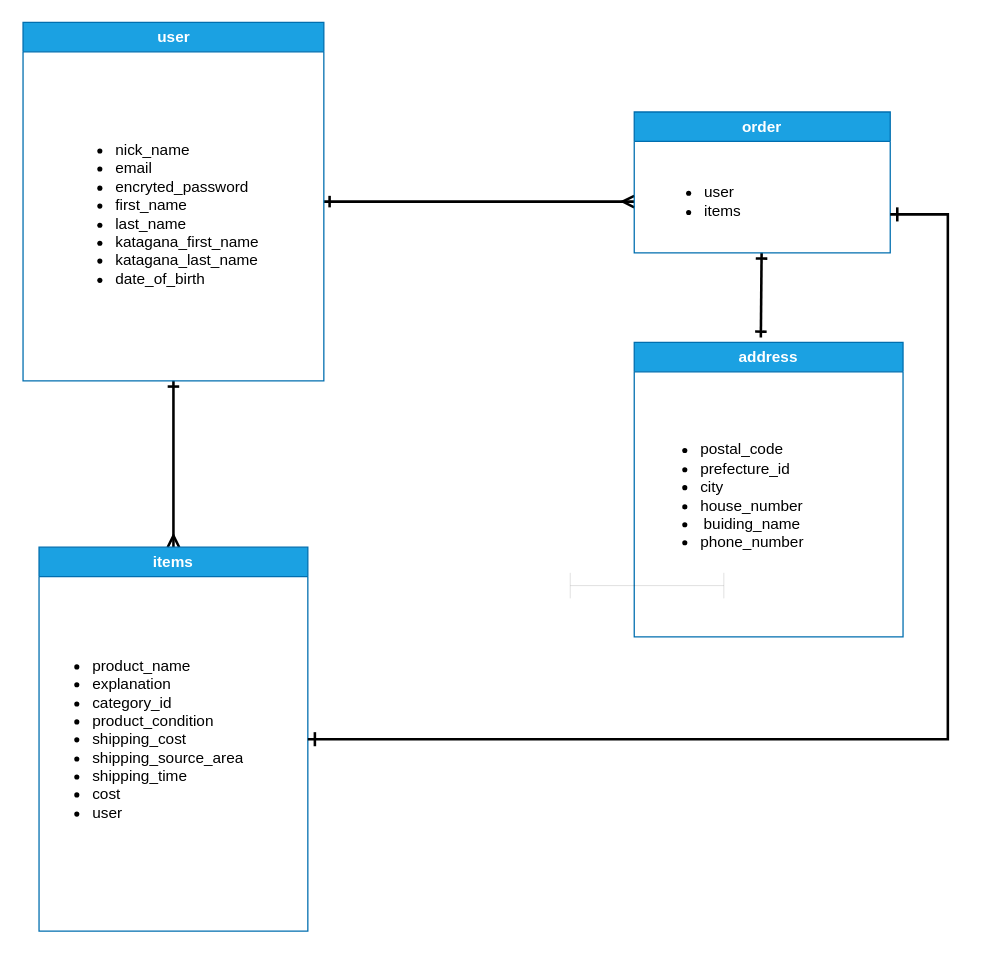
HaNguyen32/furima-39623 keeps this draw.io diagram as ES図.dio. Above is the earlier version. Source tidied: cells renumbered, new cells numbered last; positions are measured from the earlier drawing's top-left corner, leaving out a move shared by most shapes. Both pictures are drawn from the tidied source at 128%, with x=0, y=0 at pixel (22, 22).
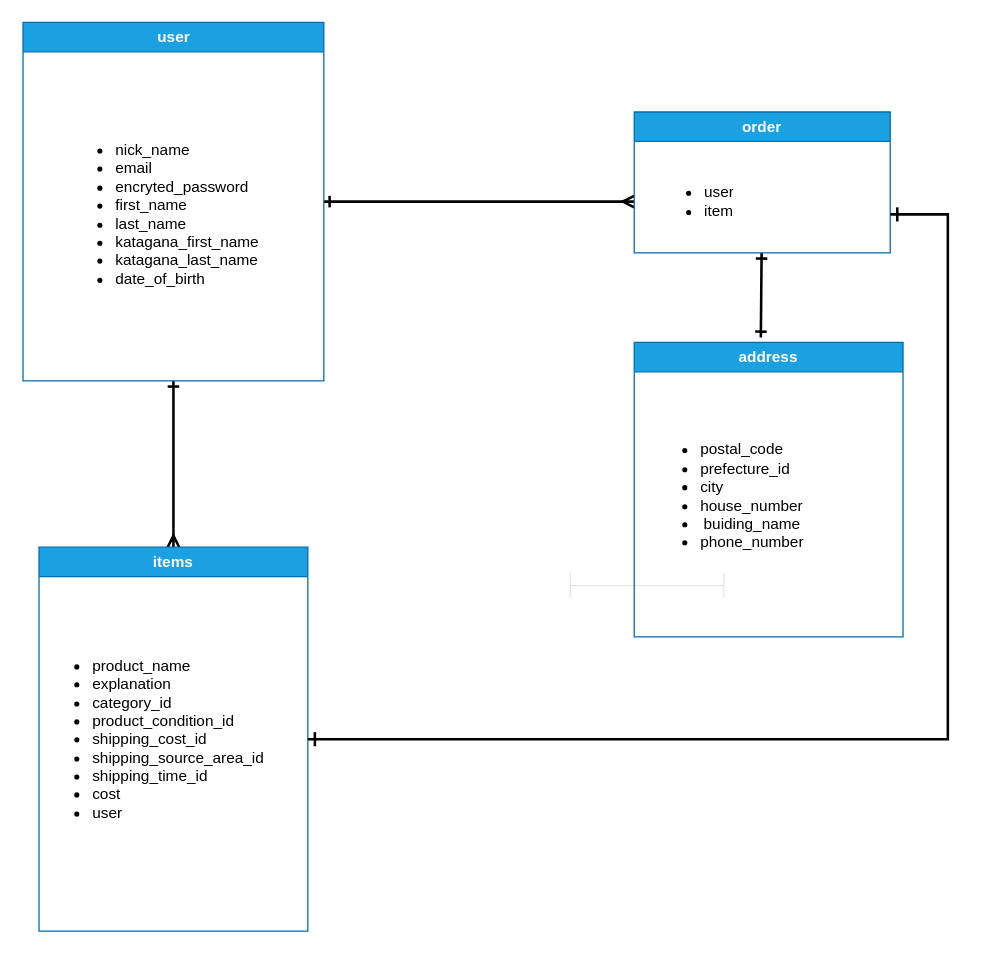
Above is the later version.

Diff of the diagram source:
```diff
@@
 <mxGraphModel>
   <root>
     <mxCell id="0" />
     <mxCell id="1" parent="0" />
     <mxCell id="2" style="edgeStyle=none;html=1;entryX=0.5;entryY=0;entryDx=0;entryDy=0;endArrow=ERmany;endFill=0;strokeWidth=2;startArrow=ERone;startFill=0;" parent="1" edge="1" source="4" target="6">
       <mxGeometry relative="1" as="geometry">
         <Array as="points">
           <mxPoint x="118" y="280" />
         </Array>
       </mxGeometry>
     </mxCell>
     <mxCell id="3" style="edgeStyle=none;html=1;strokeWidth=2;endArrow=ERmany;endFill=0;startArrow=ERone;startFill=0;" parent="1" edge="1" source="4">
       <mxGeometry relative="1" as="geometry">
         <mxPoint x="478" y="140" as="targetPoint" />
       </mxGeometry>
     </mxCell>
     <mxCell id="4" value="user" style="swimlane;whiteSpace=wrap;html=1;fillColor=#1ba1e2;fontColor=#ffffff;strokeColor=#006EAF;" parent="1" vertex="1">
       <mxGeometry x="0.5" width="235" height="280" as="geometry" />
     </mxCell>
     <mxCell id="5" value="&lt;ul&gt;&lt;li&gt;nick_name&amp;nbsp; &amp;nbsp;&amp;nbsp;&lt;/li&gt;&lt;li&gt;email&lt;/li&gt;&lt;li&gt;&lt;span style=&quot;text-align: center;&quot;&gt;encryted_password&lt;/span&gt;&lt;br&gt;&lt;/li&gt;&lt;li&gt;&lt;span style=&quot;text-align: center;&quot;&gt;first_name&lt;/span&gt;&lt;/li&gt;&lt;li&gt;&lt;span style=&quot;text-align: center;&quot;&gt;last_name&lt;/span&gt;&lt;/li&gt;&lt;li&gt;&lt;span style=&quot;text-align: center;&quot;&gt;katagana_first_name&lt;/span&gt;&lt;/li&gt;&lt;li&gt;katagana_last_name&lt;/li&gt;&lt;li&gt;date_of_birth&lt;/li&gt;&lt;/ul&gt;" style="text;strokeColor=none;fillColor=none;html=1;whiteSpace=wrap;verticalAlign=middle;overflow=hidden;" parent="4" vertex="1">
       <mxGeometry x="30" y="40" width="180" height="220" as="geometry" />
     </mxCell>
     <mxCell id="6" value="items" style="swimlane;whiteSpace=wrap;html=1;fillColor=#1ba1e2;fontColor=#ffffff;strokeColor=#006EAF;" parent="1" vertex="1">
       <mxGeometry x="13" y="410" width="210" height="300" as="geometry" />
     </mxCell>
-    <mxCell id="7" value="&lt;ul&gt;&lt;li&gt;&lt;span style=&quot;text-align: center;&quot;&gt;product_name&lt;/span&gt;&lt;br&gt;&lt;/li&gt;&lt;li&gt;&lt;span style=&quot;text-align: center;&quot;&gt;explanation&lt;/span&gt;&lt;br&gt;&lt;/li&gt;&lt;li&gt;&lt;span style=&quot;text-align: center;&quot;&gt;category_id&lt;/span&gt;&lt;br&gt;&lt;/li&gt;&lt;li&gt;&lt;span style=&quot;text-align: center;&quot;&gt;product_condition&lt;br&gt;&lt;/span&gt;&lt;/li&gt;&lt;li&gt;&lt;span style=&quot;text-align: center;&quot;&gt;shipping_cost&lt;br&gt;&lt;/span&gt;&lt;/li&gt;&lt;li&gt;&lt;span style=&quot;text-align: center;&quot;&gt;shipping_source_area&lt;br&gt;&lt;/span&gt;&lt;/li&gt;&lt;li&gt;&lt;span style=&quot;text-align: center;&quot;&gt;shipping_time&lt;br&gt;&lt;/span&gt;&lt;/li&gt;&lt;li&gt;&lt;span style=&quot;text-align: center;&quot;&gt;cost&lt;br&gt;&lt;/span&gt;&lt;/li&gt;&lt;li&gt;&lt;span style=&quot;text-align: center;&quot;&gt;user&lt;/span&gt;&lt;/li&gt;&lt;/ul&gt;" style="text;strokeColor=none;fillColor=none;html=1;whiteSpace=wrap;verticalAlign=middle;overflow=hidden;" parent="6" vertex="1">
+    <mxCell id="7" value="&lt;ul&gt;&lt;li&gt;&lt;span style=&quot;text-align: center;&quot;&gt;product_name&lt;/span&gt;&lt;br&gt;&lt;/li&gt;&lt;li&gt;&lt;span style=&quot;text-align: center;&quot;&gt;explanation&lt;/span&gt;&lt;br&gt;&lt;/li&gt;&lt;li&gt;&lt;span style=&quot;text-align: center;&quot;&gt;category_id&lt;/span&gt;&lt;br&gt;&lt;/li&gt;&lt;li&gt;&lt;span style=&quot;text-align: center;&quot;&gt;product_condition_id&lt;br&gt;&lt;/span&gt;&lt;/li&gt;&lt;li&gt;&lt;span style=&quot;text-align: center;&quot;&gt;shipping_cost_id&lt;/span&gt;&lt;/li&gt;&lt;li&gt;shipping_source_area_id&lt;/li&gt;&lt;li&gt;&lt;span style=&quot;text-align: center;&quot;&gt;shipping_time_id&lt;/span&gt;&lt;/li&gt;&lt;li&gt;cost&lt;/li&gt;&lt;li&gt;&lt;span style=&quot;text-align: center;&quot;&gt;user&lt;/span&gt;&lt;/li&gt;&lt;/ul&gt;" style="text;strokeColor=none;fillColor=none;html=1;whiteSpace=wrap;verticalAlign=middle;overflow=hidden;" parent="6" vertex="1">
       <mxGeometry y="40" width="190" height="220" as="geometry" />
     </mxCell>
     <mxCell id="8" style="edgeStyle=none;html=1;strokeWidth=2;endArrow=ERone;endFill=0;startArrow=ERone;startFill=0;entryX=0.471;entryY=-0.017;entryDx=0;entryDy=0;entryPerimeter=0;" parent="1" edge="1" source="9" target="11">
       <mxGeometry relative="1" as="geometry" />
     </mxCell>
     <mxCell id="9" value="order" style="swimlane;whiteSpace=wrap;html=1;fillColor=#1ba1e2;fontColor=#ffffff;strokeColor=#006EAF;" parent="1" vertex="1">
       <mxGeometry x="478" y="70" width="200" height="110" as="geometry" />
     </mxCell>
-    <mxCell id="10" value="&lt;ul&gt;&lt;li&gt;user&lt;/li&gt;&lt;li&gt;items&lt;/li&gt;&lt;/ul&gt;" style="text;strokeColor=none;fillColor=none;html=1;whiteSpace=wrap;verticalAlign=middle;overflow=hidden;" parent="9" vertex="1">
+    <mxCell id="10" value="&lt;ul&gt;&lt;li&gt;user&lt;/li&gt;&lt;li&gt;item&lt;/li&gt;&lt;/ul&gt;" style="text;strokeColor=none;fillColor=none;html=1;whiteSpace=wrap;verticalAlign=middle;overflow=hidden;" parent="9" vertex="1">
       <mxGeometry x="12.5" y="40" width="175" height="60" as="geometry" />
     </mxCell>
     <mxCell id="11" value="address" style="swimlane;whiteSpace=wrap;html=1;fillColor=#1ba1e2;fontColor=#ffffff;strokeColor=#006EAF;" parent="1" vertex="1">
       <mxGeometry x="478" y="250" width="210" height="230" as="geometry" />
     </mxCell>
     <mxCell id="12" value="&lt;ul&gt;&lt;li&gt;postal_code&lt;/li&gt;&lt;li&gt;&lt;span style=&quot;text-align: center;&quot;&gt;prefecture_id&lt;/span&gt;&lt;br&gt;&lt;/li&gt;&lt;li&gt;&lt;span style=&quot;text-align: center;&quot;&gt;city&lt;/span&gt;&lt;/li&gt;&lt;li&gt;&lt;span style=&quot;text-align: center;&quot;&gt;house_number&lt;/span&gt;&lt;/li&gt;&lt;li style=&quot;text-align: center;&quot;&gt;buiding_name&lt;/li&gt;&lt;li&gt;&lt;span style=&quot;text-align: center;&quot;&gt;phone_number&lt;br&gt;&lt;/span&gt;&lt;/li&gt;&lt;/ul&gt;" style="text;strokeColor=none;fillColor=none;html=1;whiteSpace=wrap;verticalAlign=middle;overflow=hidden;" parent="11" vertex="1">
       <mxGeometry x="10" y="40" width="160" height="160" as="geometry" />
     </mxCell>
     <mxCell id="13" style="edgeStyle=segmentEdgeStyle;endArrow=ERone;html=1;curved=0;rounded=0;endSize=8;startSize=8;strokeWidth=2;endFill=0;startArrow=ERone;startFill=0;" parent="1" edge="1">
       <mxGeometry relative="1" as="geometry">
         <mxPoint x="678" y="150" as="sourcePoint" />
         <mxPoint x="223" y="560" as="targetPoint" />
         <Array as="points">
           <mxPoint x="723" y="150" />
           <mxPoint x="723" y="560" />
           <mxPoint x="223" y="560" />
         </Array>
       </mxGeometry>
     </mxCell>
     <mxCell id="14" style="shape=crossbar;whiteSpace=wrap;html=1;rounded=1;strokeWidth=0;" parent="1" vertex="1">
       <mxGeometry x="428" y="430" width="120" height="20" as="geometry" />
     </mxCell>
   </root>
 </mxGraphModel>
```
